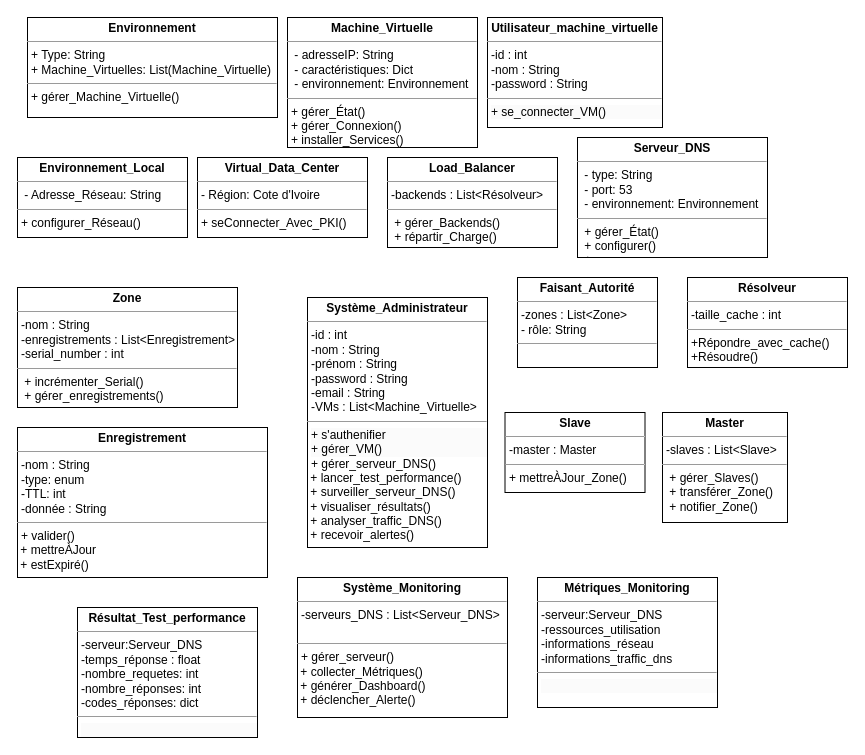
eya-harbaoui/Diagramms keeps this draw.io diagram as Diagramme sans nom.drawio. Above is the earlier version. Source tidied: cells renumbered, new cells numbered last; positions are measured from the earlier drawing's top-left corner, leaving out a move shared by most shapes. Both pictures are drawn from the tidied source at 100%, with x=0, y=0 at pixel (17, 17).
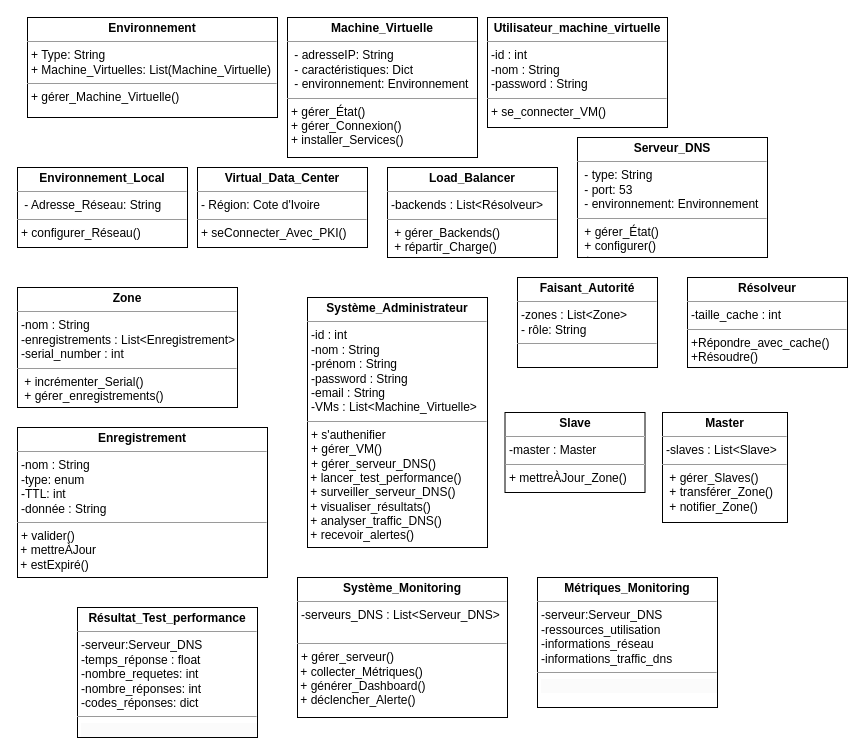
Above is the later version.

Commit message (it also covers changes not shown here):
Mettre à jour Diagramme sans nom.drawio

Change to the diagram source:
```diff
@@
     <mxCell id="3" value="&lt;p style=&quot;margin:0px;margin-top:4px;text-align:center;&quot;&gt;&lt;b&gt;Environnement_Local&lt;/b&gt;&lt;/p&gt;&lt;hr size=&quot;1&quot;&gt;&lt;p style=&quot;margin:0px;margin-left:4px;&quot;&gt;&amp;nbsp;- Adresse_Réseau: String&lt;br&gt;&lt;/p&gt;&lt;hr size=&quot;1&quot;&gt;&lt;p style=&quot;margin:0px;margin-left:4px;&quot;&gt;+ configurer_Réseau()&lt;br&gt;&lt;br&gt;&lt;/p&gt;" style="verticalAlign=top;align=left;overflow=fill;fontSize=12;fontFamily=Helvetica;html=1;rounded=0;shadow=0;comic=0;labelBackgroundColor=none;strokeWidth=1;" parent="1" vertex="1">
-      <mxGeometry y="140" width="170" height="80" as="geometry" />
+      <mxGeometry y="150" width="170" height="80" as="geometry" />
     </mxCell>
     <mxCell id="4" value="&lt;p style=&quot;margin:0px;margin-top:4px;text-align:center;&quot;&gt;&lt;b&gt;Virtual_Data_Center&lt;/b&gt;&lt;/p&gt;&lt;hr size=&quot;1&quot;&gt;&lt;p style=&quot;margin:0px;margin-left:4px;&quot;&gt;- Région: Cote d'Ivoire&lt;br&gt;&lt;/p&gt;&lt;hr size=&quot;1&quot;&gt;&lt;p style=&quot;margin:0px;margin-left:4px;&quot;&gt;+ seConnecter_Avec_PKI()&lt;br&gt;&lt;/p&gt;" style="verticalAlign=top;align=left;overflow=fill;fontSize=12;fontFamily=Helvetica;html=1;rounded=0;shadow=0;comic=0;labelBackgroundColor=none;strokeWidth=1;" parent="1" vertex="1">
-      <mxGeometry x="180" y="140" width="170" height="80" as="geometry" />
+      <mxGeometry x="180" y="150" width="170" height="80" as="geometry" />
     </mxCell>
     <mxCell id="5" value="&lt;p style=&quot;margin:0px;margin-top:4px;text-align:center;&quot;&gt;&lt;b&gt;Machine_Virtuelle&lt;/b&gt;&lt;/p&gt;&lt;hr size=&quot;1&quot;&gt;&lt;p style=&quot;margin:0px;margin-left:4px;&quot;&gt;&amp;nbsp;- adresseIP: String&lt;br&gt;&lt;/p&gt;&lt;p style=&quot;margin:0px;margin-left:4px;&quot;&gt;&amp;nbsp;- caractéristiques: Dict&lt;/p&gt;&lt;p style=&quot;margin:0px;margin-left:4px;&quot;&gt;&amp;nbsp;- environnement: Environnement&lt;br&gt;&lt;/p&gt;&lt;hr size=&quot;1&quot;&gt;&lt;p style=&quot;margin:0px;margin-left:4px;&quot;&gt;+ gérer_État()&lt;/p&gt;&lt;p style=&quot;margin:0px;margin-left:4px;&quot;&gt;+ gérer_Connexion()&lt;/p&gt;&lt;p style=&quot;margin:0px;margin-left:4px;&quot;&gt;+ installer_Services()&lt;br&gt;&lt;/p&gt;" style="verticalAlign=top;align=left;overflow=fill;fontSize=12;fontFamily=Helvetica;html=1;rounded=0;shadow=0;comic=0;labelBackgroundColor=none;strokeWidth=1;" parent="1" vertex="1">
-      <mxGeometry x="270" width="190" height="130" as="geometry" />
+      <mxGeometry x="270" width="190" height="140" as="geometry" />
     </mxCell>
@@
     <mxCell id="11" value="&lt;p style=&quot;margin:0px;margin-top:4px;text-align:center;&quot;&gt;&lt;b&gt;Load_Balancer&lt;/b&gt;&lt;/p&gt;&lt;hr size=&quot;1&quot;&gt;&lt;p style=&quot;margin:0px;margin-left:4px;&quot;&gt;-backends : List&amp;lt;Résolveur&amp;gt;&lt;/p&gt;&lt;hr size=&quot;1&quot;&gt;&lt;p style=&quot;margin:0px;margin-left:4px;&quot;&gt;&amp;nbsp;&lt;span style=&quot;background-color: initial;&quot;&gt;+ gérer_Backends()&lt;/span&gt;&lt;/p&gt;&lt;p style=&quot;margin:0px;margin-left:4px;&quot;&gt;&amp;nbsp;+ répartir_Charge()&lt;/p&gt;" style="verticalAlign=top;align=left;overflow=fill;fontSize=12;fontFamily=Helvetica;html=1;rounded=0;shadow=0;comic=0;labelBackgroundColor=none;strokeWidth=1;" parent="1" vertex="1">
-      <mxGeometry x="370" y="140" width="170" height="90" as="geometry" />
+      <mxGeometry x="370" y="150" width="170" height="90" as="geometry" />
     </mxCell>
@@
-    <mxCell id="15" value="&lt;p style=&quot;margin:0px;margin-top:4px;text-align:center;&quot;&gt;&lt;b&gt;Système_Administrateur&lt;/b&gt;&lt;/p&gt;&lt;hr size=&quot;1&quot;&gt;&lt;p style=&quot;margin:0px;margin-left:4px;&quot;&gt;-id : int&lt;/p&gt;&lt;p style=&quot;margin:0px;margin-left:4px;&quot;&gt;-nom : String&lt;/p&gt;&lt;p style=&quot;margin:0px;margin-left:4px;&quot;&gt;-prénom : String&lt;/p&gt;&lt;p style=&quot;margin:0px;margin-left:4px;&quot;&gt;-password : String&lt;/p&gt;&lt;p style=&quot;margin:0px;margin-left:4px;&quot;&gt;-email : String&lt;/p&gt;&lt;p style=&quot;margin:0px;margin-left:4px;&quot;&gt;-VMs : List&amp;lt;Machine_Virtuelle&amp;gt;&lt;/p&gt;&lt;hr size=&quot;1&quot;&gt;&lt;p style=&quot;margin:0px;margin-left:4px;&quot;&gt;&lt;span style=&quot;forced-color-adjust: none; color: rgb(0, 0, 0); font-family: Helvetica; font-size: 12px; font-style: normal; font-variant-ligatures: normal; font-variant-caps: normal; font-weight: 400; letter-spacing: normal; orphans: 2; text-align: left; text-indent: 0px; text-transform: none; widows: 2; word-spacing: 0px; -webkit-text-stroke-width: 0px; white-space: normal; background-color: rgb(251, 251, 251); text-decoration-thickness: initial; text-decoration-style: initial; text-decoration-color: initial;&quot;&gt;&lt;/span&gt;&lt;/p&gt;&lt;p style=&quot;forced-color-adjust: none; color: rgb(0, 0, 0); font-family: Helvetica; font-size: 12px; font-style: normal; font-variant-ligatures: normal; font-variant-caps: normal; font-weight: 400; letter-spacing: normal; orphans: 2; text-align: left; text-indent: 0px; text-transform: none; widows: 2; word-spacing: 0px; -webkit-text-stroke-width: 0px; white-space: nowrap; background-color: rgb(251, 251, 251); text-decoration-thickness: initial; text-decoration-style: initial; text-decoration-color: initial; margin: 0px 0px 0px 4px;&quot;&gt;&lt;span style=&quot;forced-color-adjust: none; text-wrap: wrap; background-color: initial;&quot;&gt;+ s'authenifier&lt;/span&gt;&lt;/p&gt;&lt;p style=&quot;forced-color-adjust: none; color: rgb(0, 0, 0); font-family: Helvetica; font-size: 12px; font-style: normal; font-variant-ligatures: normal; font-variant-caps: normal; font-weight: 400; letter-spacing: normal; orphans: 2; text-align: left; text-indent: 0px; text-transform: none; widows: 2; word-spacing: 0px; -webkit-text-stroke-width: 0px; white-space: nowrap; background-color: rgb(251, 251, 251); text-decoration-thickness: initial; text-decoration-style: initial; text-decoration-color: initial; margin: 0px 0px 0px 4px;&quot;&gt;&lt;span style=&quot;forced-color-adjust: none; text-wrap: wrap; background-color: initial;&quot;&gt;+ gérer_VM()&lt;/span&gt;&lt;/p&gt;&lt;p style=&quot;margin:0px;margin-left:4px;&quot;&gt;&lt;span style=&quot;text-wrap: wrap; background-color: initial;&quot;&gt;+ gérer_serveur_DNS()&lt;/span&gt;&lt;/p&gt;&lt;span style=&quot;text-wrap: wrap;&quot;&gt;&amp;nbsp;+ lancer_test_performance()&lt;br&gt;&lt;/span&gt;&lt;span style=&quot;text-wrap: wrap;&quot;&gt;&amp;nbsp;+ surveiller_serveur_DNS()&lt;/span&gt;&lt;div&gt;&lt;span style=&quot;text-wrap: wrap;&quot;&gt;&amp;nbsp;+ visualiser_résultats()&lt;/span&gt;&lt;/div&gt;&lt;div&gt;&lt;span style=&quot;text-wrap: wrap;&quot;&gt;&amp;nbsp;+ analyser_traffic_DNS()&lt;/span&gt;&lt;span style=&quot;text-wrap: wrap;&quot;&gt;&lt;br&gt;&lt;/span&gt;&lt;/div&gt;&lt;div&gt;&lt;span style=&quot;text-wrap: wrap;&quot;&gt;&amp;nbsp;+ recevoir_alertes()&lt;/span&gt;&lt;/div&gt;" style="verticalAlign=top;align=left;overflow=fill;fontSize=12;fontFamily=Helvetica;html=1;rounded=0;shadow=0;comic=0;labelBackgroundColor=none;strokeWidth=1;" parent="1" vertex="1">
+    <mxCell id="15" value="&lt;p style=&quot;margin:0px;margin-top:4px;text-align:center;&quot;&gt;&lt;b&gt;Système_Administrateur&lt;/b&gt;&lt;/p&gt;&lt;hr size=&quot;1&quot;&gt;&lt;p style=&quot;margin:0px;margin-left:4px;&quot;&gt;-id : int&lt;/p&gt;&lt;p style=&quot;margin:0px;margin-left:4px;&quot;&gt;-nom : String&lt;/p&gt;&lt;p style=&quot;margin:0px;margin-left:4px;&quot;&gt;-prénom : String&lt;/p&gt;&lt;p style=&quot;margin:0px;margin-left:4px;&quot;&gt;-password : String&lt;/p&gt;&lt;p style=&quot;margin:0px;margin-left:4px;&quot;&gt;-email : String&lt;/p&gt;&lt;p style=&quot;margin:0px;margin-left:4px;&quot;&gt;-VMs : List&amp;lt;Machine_Virtuelle&amp;gt;&lt;/p&gt;&lt;hr size=&quot;1&quot;&gt;&lt;p style=&quot;margin:0px;margin-left:4px;&quot;&gt;&lt;span style=&quot;forced-color-adjust: none; color: rgb(0, 0, 0); font-family: Helvetica; font-size: 12px; font-style: normal; font-variant-ligatures: normal; font-variant-caps: normal; font-weight: 400; letter-spacing: normal; orphans: 2; text-align: left; text-indent: 0px; text-transform: none; widows: 2; word-spacing: 0px; -webkit-text-stroke-width: 0px; white-space: normal; background-color: rgb(251, 251, 251); text-decoration-thickness: initial; text-decoration-style: initial; text-decoration-color: initial;&quot;&gt;&lt;/span&gt;&lt;/p&gt;&lt;p style=&quot;forced-color-adjust: none; color: rgb(0, 0, 0); font-family: Helvetica; font-size: 12px; font-style: normal; font-variant-ligatures: normal; font-variant-caps: normal; font-weight: 400; letter-spacing: normal; orphans: 2; text-align: left; text-indent: 0px; text-transform: none; widows: 2; word-spacing: 0px; -webkit-text-stroke-width: 0px; white-space: nowrap; text-decoration-thickness: initial; text-decoration-style: initial; text-decoration-color: initial; margin: 0px 0px 0px 4px;&quot;&gt;&lt;span style=&quot;forced-color-adjust: none; text-wrap: wrap;&quot;&gt;+ s'authenifier&lt;/span&gt;&lt;/p&gt;&lt;p style=&quot;forced-color-adjust: none; color: rgb(0, 0, 0); font-family: Helvetica; font-size: 12px; font-style: normal; font-variant-ligatures: normal; font-variant-caps: normal; font-weight: 400; letter-spacing: normal; orphans: 2; text-align: left; text-indent: 0px; text-transform: none; widows: 2; word-spacing: 0px; -webkit-text-stroke-width: 0px; white-space: nowrap; text-decoration-thickness: initial; text-decoration-style: initial; text-decoration-color: initial; margin: 0px 0px 0px 4px;&quot;&gt;&lt;span style=&quot;forced-color-adjust: none; text-wrap: wrap;&quot;&gt;+ gérer_VM()&lt;/span&gt;&lt;/p&gt;&lt;p style=&quot;margin:0px;margin-left:4px;&quot;&gt;&lt;span style=&quot;text-wrap: wrap;&quot;&gt;+ gérer_serveur_DNS()&lt;/span&gt;&lt;/p&gt;&lt;span style=&quot;text-wrap: wrap;&quot;&gt;&amp;nbsp;+ lancer_test_performance()&lt;br&gt;&lt;/span&gt;&lt;span style=&quot;text-wrap: wrap;&quot;&gt;&amp;nbsp;+ surveiller_serveur_DNS()&lt;/span&gt;&lt;div&gt;&lt;span style=&quot;text-wrap: wrap;&quot;&gt;&amp;nbsp;+ visualiser_résultats()&lt;/span&gt;&lt;/div&gt;&lt;div&gt;&lt;span style=&quot;text-wrap: wrap;&quot;&gt;&amp;nbsp;+ analyser_traffic_DNS()&lt;/span&gt;&lt;span style=&quot;text-wrap: wrap;&quot;&gt;&lt;br&gt;&lt;/span&gt;&lt;/div&gt;&lt;div&gt;&lt;span style=&quot;text-wrap: wrap;&quot;&gt;&amp;nbsp;+ recevoir_alertes()&lt;/span&gt;&lt;/div&gt;" style="verticalAlign=top;align=left;overflow=fill;fontSize=12;fontFamily=Helvetica;html=1;rounded=0;shadow=0;comic=0;labelBackgroundColor=none;strokeWidth=1;" parent="1" vertex="1">
       <mxGeometry x="290" y="280" width="180" height="250" as="geometry" />
     </mxCell>
-    <mxCell id="16" value="&lt;p style=&quot;margin:0px;margin-top:4px;text-align:center;&quot;&gt;&lt;b&gt;Utilisateur_machine_virtuelle&lt;/b&gt;&lt;/p&gt;&lt;hr size=&quot;1&quot;&gt;&lt;p style=&quot;margin:0px;margin-left:4px;&quot;&gt;-id : int&lt;/p&gt;&lt;p style=&quot;margin:0px;margin-left:4px;&quot;&gt;-nom : String&lt;/p&gt;&lt;p style=&quot;margin:0px;margin-left:4px;&quot;&gt;-password : String&lt;/p&gt;&lt;hr size=&quot;1&quot;&gt;&lt;p style=&quot;margin:0px;margin-left:4px;&quot;&gt;&lt;span style=&quot;forced-color-adjust: none; color: rgb(0, 0, 0); font-family: Helvetica; font-size: 12px; font-style: normal; font-variant-ligatures: normal; font-variant-caps: normal; font-weight: 400; letter-spacing: normal; orphans: 2; text-align: left; text-indent: 0px; text-transform: none; widows: 2; word-spacing: 0px; -webkit-text-stroke-width: 0px; white-space: normal; background-color: rgb(251, 251, 251); text-decoration-thickness: initial; text-decoration-style: initial; text-decoration-color: initial;&quot;&gt;&lt;/span&gt;&lt;/p&gt;&lt;p style=&quot;forced-color-adjust: none; color: rgb(0, 0, 0); font-family: Helvetica; font-size: 12px; font-style: normal; font-variant-ligatures: normal; font-variant-caps: normal; font-weight: 400; letter-spacing: normal; orphans: 2; text-align: left; text-indent: 0px; text-transform: none; widows: 2; word-spacing: 0px; -webkit-text-stroke-width: 0px; white-space: nowrap; background-color: rgb(251, 251, 251); text-decoration-thickness: initial; text-decoration-style: initial; text-decoration-color: initial; margin: 0px 0px 0px 4px;&quot;&gt;&lt;span style=&quot;forced-color-adjust: none; text-wrap: wrap; background-color: initial;&quot;&gt;+ se_connecter_VM()&lt;/span&gt;&lt;/p&gt;" style="verticalAlign=top;align=left;overflow=fill;fontSize=12;fontFamily=Helvetica;html=1;rounded=0;shadow=0;comic=0;labelBackgroundColor=none;strokeWidth=1;" parent="1" vertex="1">
-      <mxGeometry x="470" width="175" height="110" as="geometry" />
+    <mxCell id="16" value="&lt;p style=&quot;margin:0px;margin-top:4px;text-align:center;&quot;&gt;&lt;b&gt;Utilisateur_machine_virtuelle&lt;/b&gt;&lt;/p&gt;&lt;hr size=&quot;1&quot;&gt;&lt;p style=&quot;margin:0px;margin-left:4px;&quot;&gt;-id : int&lt;/p&gt;&lt;p style=&quot;margin:0px;margin-left:4px;&quot;&gt;-nom : String&lt;/p&gt;&lt;p style=&quot;margin:0px;margin-left:4px;&quot;&gt;-password : String&lt;/p&gt;&lt;hr size=&quot;1&quot;&gt;&lt;p style=&quot;margin:0px;margin-left:4px;&quot;&gt;&lt;span style=&quot;forced-color-adjust: none; color: rgb(0, 0, 0); font-family: Helvetica; font-size: 12px; font-style: normal; font-variant-ligatures: normal; font-variant-caps: normal; font-weight: 400; letter-spacing: normal; orphans: 2; text-align: left; text-indent: 0px; text-transform: none; widows: 2; word-spacing: 0px; -webkit-text-stroke-width: 0px; white-space: normal; background-color: rgb(251, 251, 251); text-decoration-thickness: initial; text-decoration-style: initial; text-decoration-color: initial;&quot;&gt;&lt;/span&gt;&lt;/p&gt;&lt;p style=&quot;forced-color-adjust: none; color: rgb(0, 0, 0); font-family: Helvetica; font-size: 12px; font-style: normal; font-variant-ligatures: normal; font-variant-caps: normal; font-weight: 400; letter-spacing: normal; orphans: 2; text-align: left; text-indent: 0px; text-transform: none; widows: 2; word-spacing: 0px; -webkit-text-stroke-width: 0px; white-space: nowrap; text-decoration-thickness: initial; text-decoration-style: initial; text-decoration-color: initial; margin: 0px 0px 0px 4px;&quot;&gt;&lt;span style=&quot;forced-color-adjust: none; text-wrap: wrap;&quot;&gt;+ se_connecter_VM()&lt;/span&gt;&lt;/p&gt;" style="verticalAlign=top;align=left;overflow=fill;fontSize=12;fontFamily=Helvetica;html=1;rounded=0;shadow=0;comic=0;labelBackgroundColor=none;strokeWidth=1;" parent="1" vertex="1">
+      <mxGeometry x="470" width="180" height="110" as="geometry" />
     </mxCell>
```
